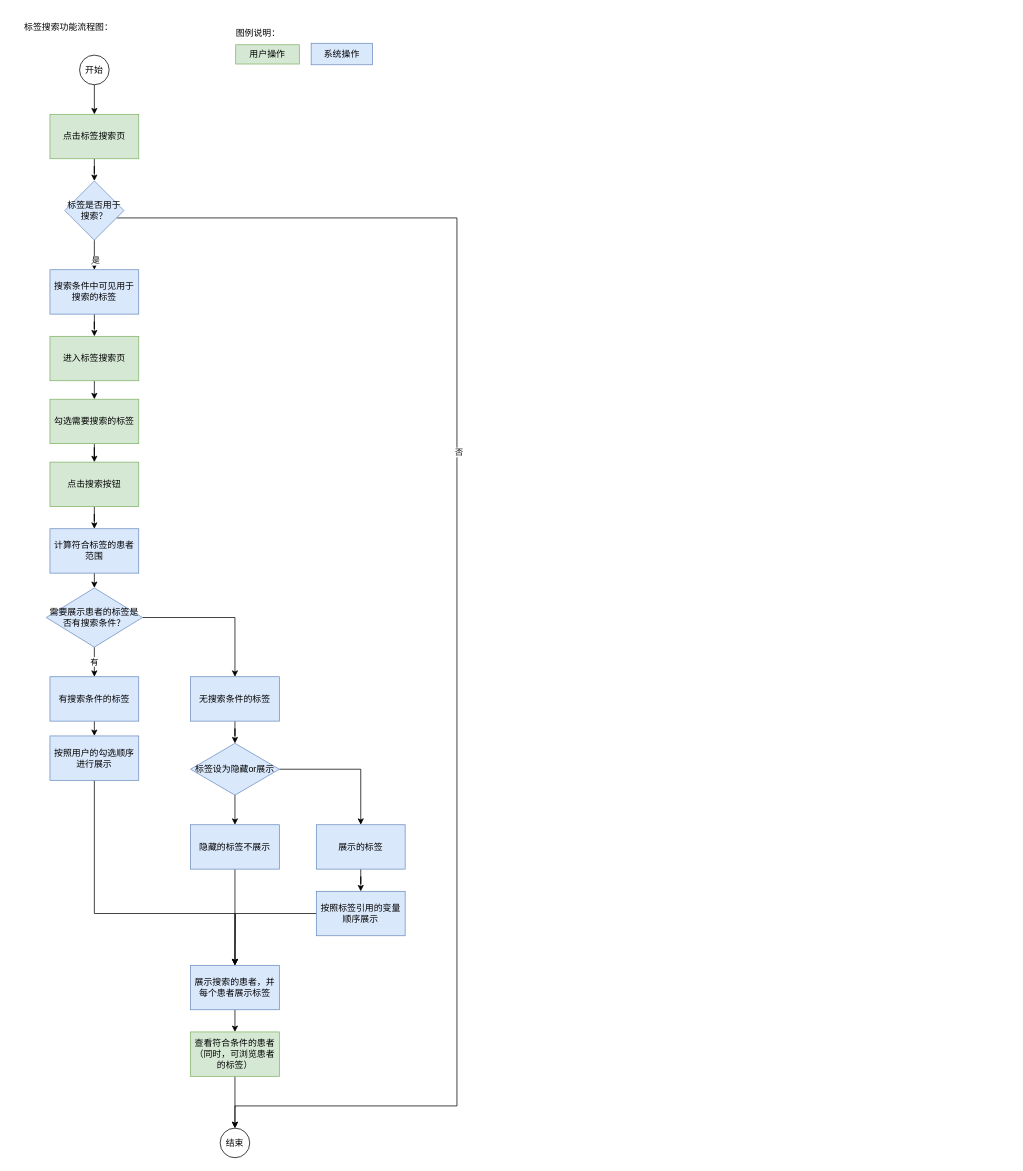
This is 未命名绘图.drawio from ElsaTravel/hello-world, a draw.io file, before an edit. Source tidied: cells renumbered, new cells numbered last; positions are measured from the earlier drawing's top-left corner, leaving out a move shared by most shapes. Both pictures are drawn from the tidied source at 74%, with x=0, y=0 at pixel (13, 19).
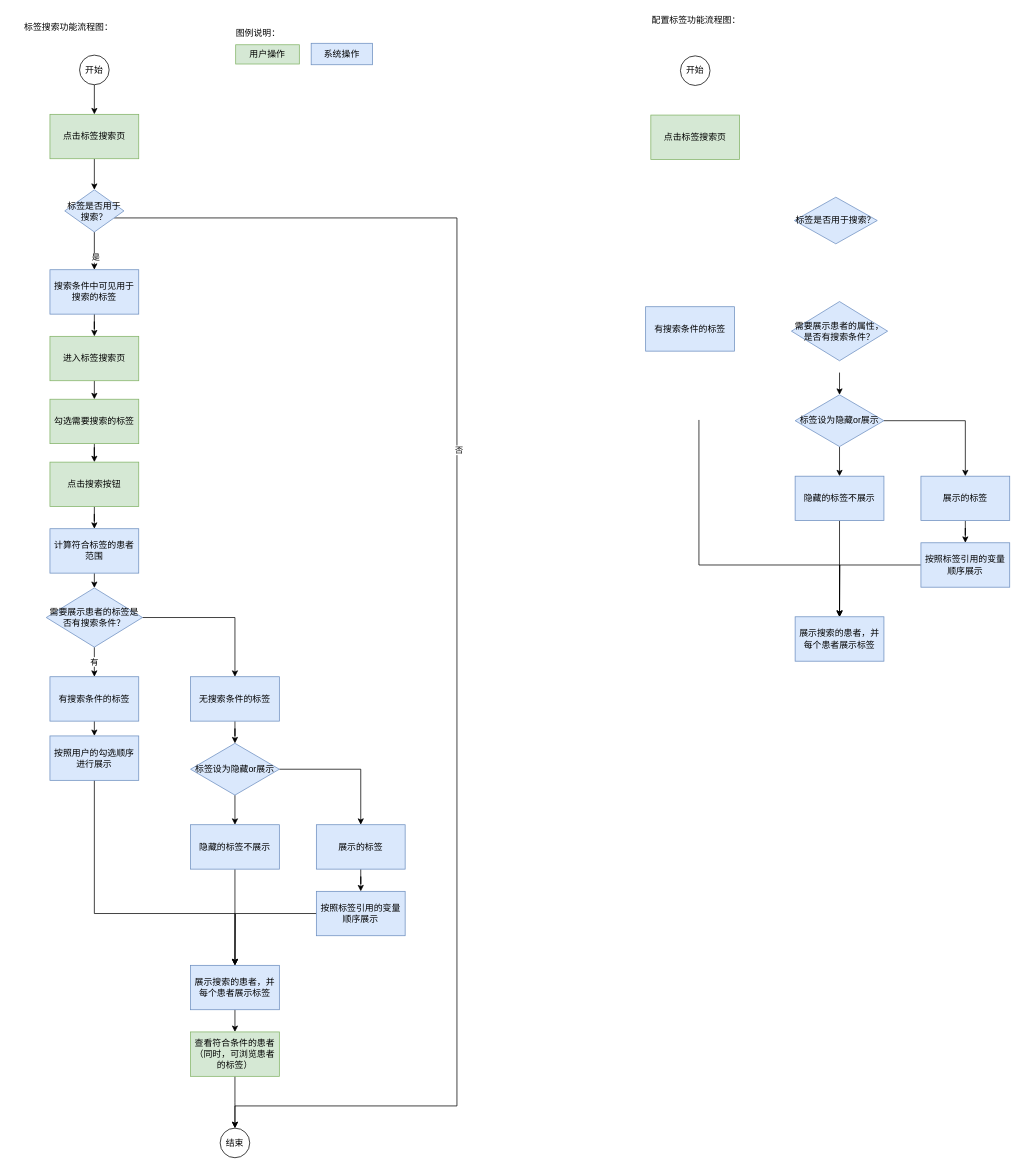
The same page after the edit.

The edit, as a diff of the source:
```diff
@@
     <mxCell id="8" value="标签是否用于搜索？" style="rhombus;whiteSpace=wrap;html=1;fillColor=#dae8fc;strokeColor=#6c8ebf;" parent="1" vertex="1">
-      <mxGeometry x="70" y="218" width="80" height="80" as="geometry" />
+      <mxGeometry x="70" y="230" width="80" height="57" as="geometry" />
     </mxCell>
@@
+    <mxCell id="48" value="配置标签功能流程图：" style="text;html=1;strokeColor=none;fillColor=none;align=center;verticalAlign=middle;whiteSpace=wrap;rounded=0;" parent="1" vertex="1">
+      <mxGeometry x="848" y="-9" width="151" height="20" as="geometry" />
+    </mxCell>
+    <mxCell id="49" value="开始" style="ellipse;whiteSpace=wrap;html=1;" parent="1" vertex="1">
+      <mxGeometry x="902" y="49" width="40" height="40" as="geometry" />
+    </mxCell>
+    <mxCell id="50" value="点击标签搜索页" style="rounded=0;whiteSpace=wrap;html=1;fillColor=#d5e8d4;strokeColor=#82b366;" parent="1" vertex="1">
+      <mxGeometry x="862" y="129" width="120" height="60" as="geometry" />
+    </mxCell>
+    <mxCell id="51" value="需要展示患者的属性，是否有搜索条件？" style="rhombus;whiteSpace=wrap;html=1;fillColor=#dae8fc;strokeColor=#6c8ebf;" parent="1" vertex="1">
+      <mxGeometry x="1052" y="381" width="130" height="80" as="geometry" />
+    </mxCell>
+    <mxCell id="52" value="有搜索条件的标签" style="rounded=0;whiteSpace=wrap;html=1;fillColor=#dae8fc;strokeColor=#6c8ebf;" parent="1" vertex="1">
+      <mxGeometry x="855" y="388" width="120" height="60" as="geometry" />
+    </mxCell>
+    <mxCell id="53" style="edgeStyle=orthogonalEdgeStyle;rounded=0;jettySize=auto;html=1;entryX=0.5;entryY=0;entryDx=0;entryDy=0;" parent="1" edge="1" target="57">
+      <mxGeometry relative="1" as="geometry">
+        <mxPoint x="1117" y="477" as="sourcePoint" />
+      </mxGeometry>
+    </mxCell>
+    <mxCell id="54" style="edgeStyle=orthogonalEdgeStyle;rounded=0;jettySize=auto;html=1;" parent="1" edge="1" target="64">
+      <mxGeometry relative="1" as="geometry">
+        <mxPoint x="927" y="541" as="sourcePoint" />
+        <Array as="points">
+          <mxPoint x="927" y="737" />
+          <mxPoint x="1117" y="737" />
+        </Array>
+      </mxGeometry>
+    </mxCell>
+    <mxCell id="55" style="edgeStyle=orthogonalEdgeStyle;rounded=0;jettySize=auto;html=1;entryX=0.5;entryY=0;entryDx=0;entryDy=0;" parent="1" edge="1" source="57" target="59">
+      <mxGeometry relative="1" as="geometry" />
+    </mxCell>
+    <mxCell id="56" style="edgeStyle=orthogonalEdgeStyle;rounded=0;jettySize=auto;html=1;entryX=0.5;entryY=0;entryDx=0;entryDy=0;" parent="1" edge="1" source="57" target="61">
+      <mxGeometry relative="1" as="geometry" />
+    </mxCell>
+    <mxCell id="57" value="标签设为隐藏or展示" style="rhombus;whiteSpace=wrap;html=1;fillColor=#dae8fc;strokeColor=#6c8ebf;" parent="1" vertex="1">
+      <mxGeometry x="1057" y="507" width="120" height="70" as="geometry" />
+    </mxCell>
+    <mxCell id="58" style="edgeStyle=orthogonalEdgeStyle;rounded=0;jettySize=auto;html=1;" parent="1" edge="1" source="59" target="64">
+      <mxGeometry relative="1" as="geometry" />
+    </mxCell>
+    <mxCell id="59" value="隐藏的标签不展示" style="rounded=0;whiteSpace=wrap;html=1;fillColor=#dae8fc;strokeColor=#6c8ebf;" parent="1" vertex="1">
+      <mxGeometry x="1057" y="617" width="120" height="60" as="geometry" />
+    </mxCell>
+    <mxCell id="60" style="edgeStyle=orthogonalEdgeStyle;rounded=0;jettySize=auto;html=1;entryX=0.5;entryY=0;entryDx=0;entryDy=0;" parent="1" edge="1" source="61" target="63">
+      <mxGeometry relative="1" as="geometry" />
+    </mxCell>
+    <mxCell id="61" value="展示的标签" style="rounded=0;whiteSpace=wrap;html=1;fillColor=#dae8fc;strokeColor=#6c8ebf;" parent="1" vertex="1">
+      <mxGeometry x="1227" y="617" width="120" height="60" as="geometry" />
+    </mxCell>
+    <mxCell id="62" style="edgeStyle=orthogonalEdgeStyle;rounded=0;jettySize=auto;html=1;" parent="1" edge="1" source="63">
+      <mxGeometry relative="1" as="geometry">
+        <mxPoint x="1117" y="807" as="targetPoint" />
+      </mxGeometry>
+    </mxCell>
+    <mxCell id="63" value="按照标签引用的变量顺序展示" style="rounded=0;whiteSpace=wrap;html=1;fillColor=#dae8fc;strokeColor=#6c8ebf;" parent="1" vertex="1">
+      <mxGeometry x="1227" y="707" width="120" height="60" as="geometry" />
+    </mxCell>
+    <mxCell id="64" value="展示搜索的患者，并每个患者展示标签" style="rounded=0;whiteSpace=wrap;html=1;fillColor=#dae8fc;strokeColor=#6c8ebf;" parent="1" vertex="1">
+      <mxGeometry x="1057" y="807" width="120" height="60" as="geometry" />
+    </mxCell>
+    <mxCell id="65" value="标签是否用于搜索？" style="rhombus;whiteSpace=wrap;html=1;fillColor=#dae8fc;strokeColor=#6c8ebf;" parent="1" vertex="1">
+      <mxGeometry x="1056" y="240" width="112" height="63" as="geometry" />
+    </mxCell>
+    <mxCell id="66" style="edgeStyle=orthogonalEdgeStyle;rounded=0;orthogonalLoop=1;jettySize=auto;html=1;exitX=0.5;exitY=1;exitDx=0;exitDy=0;" parent="1" edge="1" source="48" target="48">
+      <mxGeometry relative="1" as="geometry" />
+    </mxCell>
```
